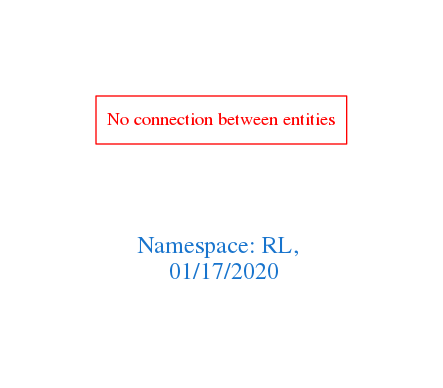
The Graphviz diagram downloads/RL.png in arago/OGIT, before a commit. Its source is kept beside it as downloads/RL.dot.
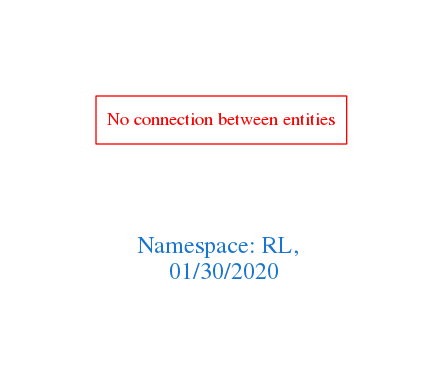
The same diagram one commit later.

What changed in the source:
```diff
@@ -1,7 +1,7 @@
 digraph OGIT_ontology {
  graph [ rankdir= LR,pad=1
 fontsize = 18,
-fontcolor= dodgerblue3,label = "\n\n\nNamespace: RL, \n 01/17/2020"];
+fontcolor= dodgerblue3,label = "\n\n\nNamespace: RL, \n 01/30/2020"];
 node[shape=polygon];
 edge [  color="gray81"];
 
```
